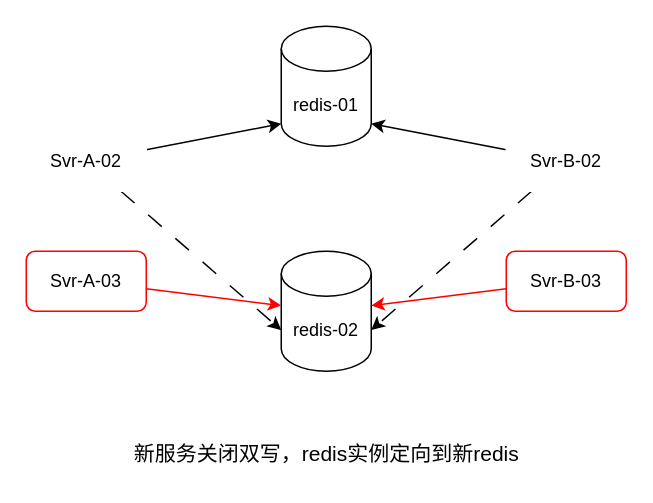
Before: redis/step-04.drawio in luotian-ola/data-migrate, a draw.io diagram. Source tidied: cells renumbered, new cells numbered last; positions are measured from the earlier drawing's top-left corner, leaving out a move shared by most shapes. Both pictures are drawn from the tidied source at 150%, with x=0, y=0 at pixel (26, 26).
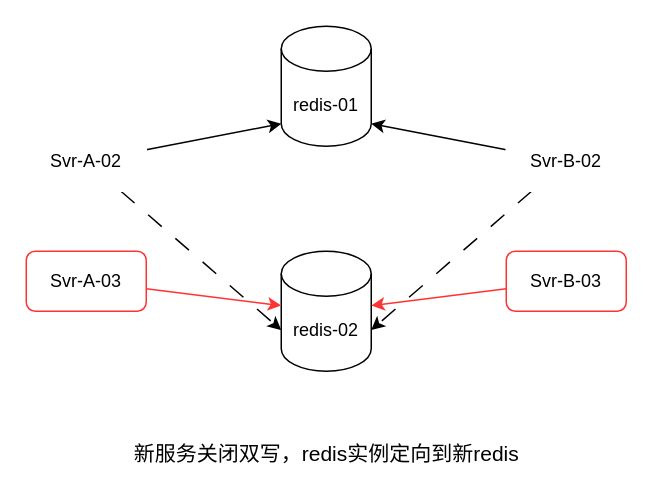
After the change.

Change to the diagram source:
```diff
@@
 <mxGraphModel>
   <root>
     <mxCell id="0" />
     <mxCell id="1" parent="0" />
     <mxCell id="2" value="redis-01" style="shape=cylinder3;whiteSpace=wrap;html=1;boundedLbl=1;backgroundOutline=1;size=15;" parent="1" vertex="1">
       <mxGeometry x="170" width="60" height="80" as="geometry" />
     </mxCell>
     <mxCell id="3" value="新服务关闭双写，redis实例定向到新redis" style="text;html=1;align=center;verticalAlign=middle;strokeColor=none;fillColor=none;fontSize=14;" parent="1" vertex="1">
       <mxGeometry x="60" y="270" width="280" height="30" as="geometry" />
     </mxCell>
     <mxCell id="4" value="redis-02" style="shape=cylinder3;whiteSpace=wrap;html=1;boundedLbl=1;backgroundOutline=1;size=15;" parent="1" vertex="1">
       <mxGeometry x="170" y="150" width="60" height="80" as="geometry" />
     </mxCell>
     <mxCell id="5" style="edgeStyle=none;html=1;entryX=0;entryY=1;entryDx=0;entryDy=-15;entryPerimeter=0;" parent="1" edge="1" source="7" target="2">
       <mxGeometry relative="1" as="geometry" />
     </mxCell>
     <mxCell id="6" style="edgeStyle=none;html=1;entryX=0;entryY=0;entryDx=0;entryDy=52.5;entryPerimeter=0;dashed=1;dashPattern=12 12;" parent="1" edge="1" source="7" target="4">
       <mxGeometry relative="1" as="geometry" />
     </mxCell>
     <mxCell id="7" value="Svr-A-02" style="rounded=1;whiteSpace=wrap;html=1;strokeColor=#FFFFFF;" parent="1" vertex="1">
       <mxGeometry y="70" width="80" height="40" as="geometry" />
     </mxCell>
     <mxCell id="8" style="edgeStyle=none;html=1;entryX=1;entryY=1;entryDx=0;entryDy=-15;entryPerimeter=0;" parent="1" edge="1" source="10" target="2">
       <mxGeometry relative="1" as="geometry" />
     </mxCell>
     <mxCell id="9" style="edgeStyle=none;html=1;entryX=1;entryY=0;entryDx=0;entryDy=52.5;entryPerimeter=0;dashed=1;dashPattern=12 12;" parent="1" edge="1" source="10" target="4">
       <mxGeometry relative="1" as="geometry" />
     </mxCell>
     <mxCell id="10" value="Svr-B-02" style="rounded=1;whiteSpace=wrap;html=1;strokeColor=#FFFFFF;" parent="1" vertex="1">
       <mxGeometry x="320" y="70" width="80" height="40" as="geometry" />
     </mxCell>
-    <mxCell id="11" style="edgeStyle=none;html=1;strokeColor=#FF0000;" parent="1" edge="1" source="12" target="4">
+    <mxCell id="11" style="edgeStyle=none;html=1;strokeColor=#FF3333;" parent="1" edge="1" source="12" target="4">
       <mxGeometry relative="1" as="geometry" />
     </mxCell>
-    <mxCell id="12" value="Svr-A-03" style="rounded=1;whiteSpace=wrap;html=1;strokeColor=#FF0000;" parent="1" vertex="1">
+    <mxCell id="12" value="Svr-A-03" style="rounded=1;whiteSpace=wrap;html=1;strokeColor=#FF3333;" parent="1" vertex="1">
       <mxGeometry y="150" width="80" height="40" as="geometry" />
     </mxCell>
-    <mxCell id="13" style="edgeStyle=none;html=1;strokeColor=#FF0000;" parent="1" edge="1" source="14" target="4">
+    <mxCell id="13" style="edgeStyle=none;html=1;strokeColor=#FF3333;" parent="1" edge="1" source="14" target="4">
       <mxGeometry relative="1" as="geometry" />
     </mxCell>
-    <mxCell id="14" value="Svr-B-03" style="rounded=1;whiteSpace=wrap;html=1;strokeColor=#FF0000;" parent="1" vertex="1">
+    <mxCell id="14" value="Svr-B-03" style="rounded=1;whiteSpace=wrap;html=1;strokeColor=#FF3333;" parent="1" vertex="1">
       <mxGeometry x="320" y="150" width="80" height="40" as="geometry" />
     </mxCell>
   </root>
 </mxGraphModel>
```
